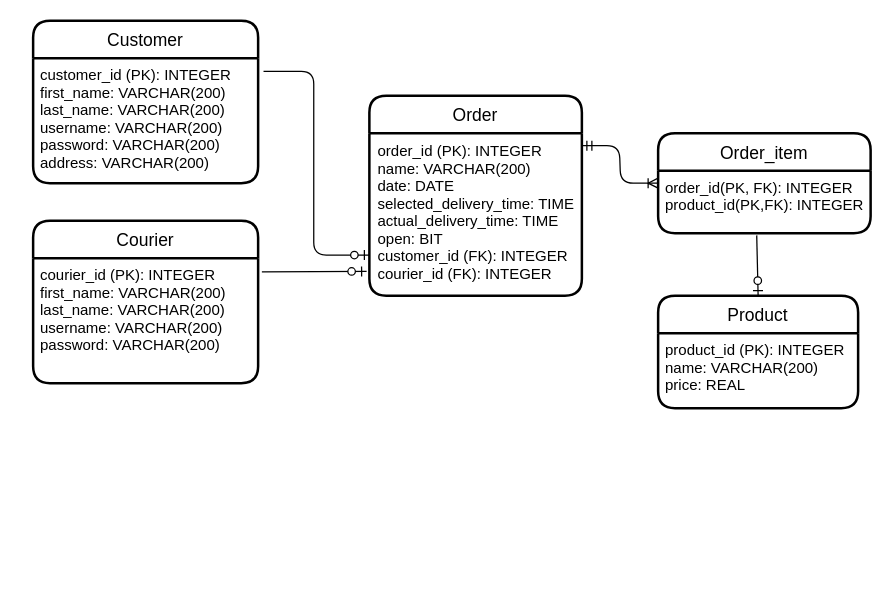
Before: doc/erd.drawio in semnijenhuis/TakeAwayMessenger, a draw.io diagram. Source tidied: cells renumbered, new cells numbered last; positions are measured from the earlier drawing's top-left corner, leaving out a move shared by most shapes. Both pictures are drawn from the tidied source at 125%, with x=0, y=0 at pixel (32, 20).
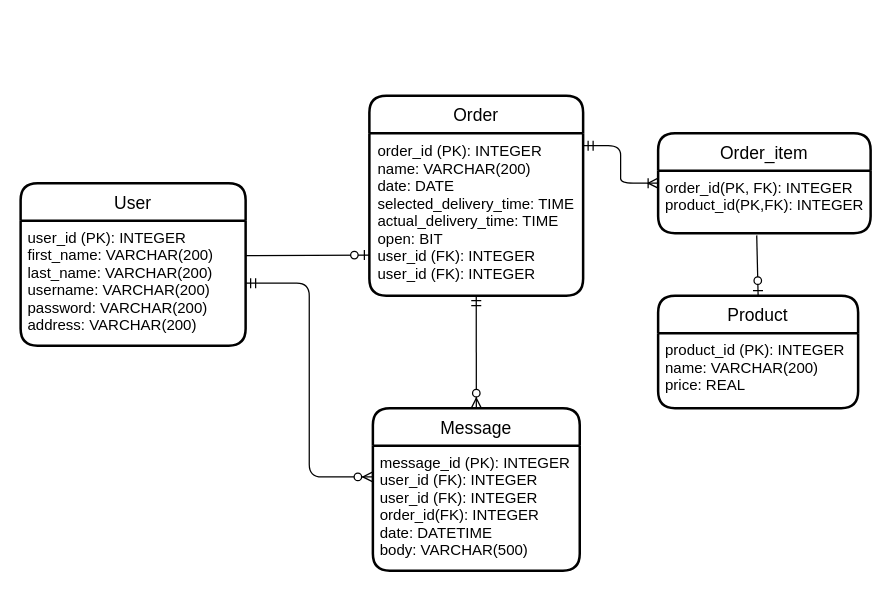
The same diagram, later.

Change to the diagram source:
```diff
@@
 <mxGraphModel>
   <root>
     <mxCell id="0" />
     <mxCell id="1" parent="0" />
     <mxCell id="2" value="Order" style="swimlane;horizontal=1;startSize=30;rounded=1;fontSize=14;fontStyle=0;strokeWidth=2;shadow=0;dashed=0;align=center;" parent="1" vertex="1">
-      <mxGeometry x="269" y="60" width="170" height="160" as="geometry" />
+      <mxGeometry x="269" y="60" width="171" height="160" as="geometry" />
     </mxCell>
-    <mxCell id="3" value="order_id (PK): INTEGER&#10;name: VARCHAR(200)&#10;date: DATE&#10;selected_delivery_time: TIME&#10;actual_delivery_time: TIME&#10;open: BIT&#10;customer_id (FK): INTEGER&#10;courier_id (FK): INTEGER" style="align=left;strokeColor=none;fillColor=none;spacingLeft=4;fontSize=12;verticalAlign=top;spacing=3;" parent="2" vertex="1">
-      <mxGeometry y="30" width="170" height="130" as="geometry" />
+    <mxCell id="3" value="order_id (PK): INTEGER&#10;name: VARCHAR(200)&#10;date: DATE&#10;selected_delivery_time: TIME&#10;actual_delivery_time: TIME&#10;open: BIT&#10;user_id (FK): INTEGER&#10;user_id (FK): INTEGER" style="align=left;strokeColor=none;fillColor=none;spacingLeft=4;fontSize=12;verticalAlign=top;spacing=3;" parent="2" vertex="1">
+      <mxGeometry y="30" width="171" height="130" as="geometry" />
     </mxCell>
     <mxCell id="4" value="Product" style="swimlane;horizontal=1;startSize=30;rounded=1;fontSize=14;fontStyle=0;strokeWidth=2;shadow=0;dashed=0;align=center;" parent="1" vertex="1">
       <mxGeometry x="500" y="220" width="160" height="90" as="geometry" />
     </mxCell>
     <mxCell id="5" value="product_id (PK): INTEGER&#10;name: VARCHAR(200)&#10;price: REAL&#10;" style="align=left;strokeColor=none;fillColor=none;spacingLeft=4;fontSize=12;verticalAlign=top;" parent="4" vertex="1">
       <mxGeometry y="30" width="160" height="60" as="geometry" />
     </mxCell>
     <mxCell id="6" value="Order_item" style="swimlane;horizontal=1;startSize=30;rounded=1;fontSize=14;fontStyle=0;strokeWidth=2;shadow=0;dashed=0;align=center;" parent="1" vertex="1">
       <mxGeometry x="500" y="90" width="170" height="80" as="geometry" />
     </mxCell>
     <mxCell id="7" value="order_id(PK, FK): INTEGER&#10;product_id(PK,FK): INTEGER" style="align=left;strokeColor=none;fillColor=none;spacingLeft=4;fontSize=12;verticalAlign=top;" parent="6" vertex="1">
       <mxGeometry y="30" width="170" height="50" as="geometry" />
     </mxCell>
-    <mxCell id="8" style="edgeStyle=orthogonalEdgeStyle;fontSize=12;html=1;endArrow=ERzeroToOne;endFill=1;exitX=1.024;exitY=0.106;exitDx=0;exitDy=0;exitPerimeter=0;entryX=0;entryY=0.75;entryDx=0;entryDy=0;" parent="1" edge="1" source="13" target="3">
-      <mxGeometry relative="1" as="geometry" />
+    <mxCell id="8" style="fontSize=12;html=1;endArrow=ERzeroToOne;endFill=1;entryX=0;entryY=0.75;entryDx=0;entryDy=0;" parent="1" edge="1" target="3">
+      <mxGeometry relative="1" as="geometry">
+        <mxPoint x="170" y="188" as="sourcePoint" />
+      </mxGeometry>
     </mxCell>
-    <mxCell id="9" style="fontSize=12;html=1;endArrow=ERzeroToOne;endFill=1;entryX=-0.013;entryY=0.851;entryDx=0;entryDy=0;entryPerimeter=0;" parent="1" edge="1" target="3">
-      <mxGeometry relative="1" as="geometry">
-        <mxPoint x="183" y="201" as="sourcePoint" />
-      </mxGeometry>
-    </mxCell>
-    <mxCell id="10" value="Courier" style="swimlane;horizontal=1;startSize=30;rounded=1;fontSize=14;fontStyle=0;strokeWidth=2;shadow=0;dashed=0;align=center;" parent="1" vertex="1">
-      <mxGeometry y="160" width="180" height="130" as="geometry" />
-    </mxCell>
-    <mxCell id="11" value="courier_id (PK): INTEGER&#10;first_name: VARCHAR(200)&#10;last_name: VARCHAR(200)&#10;username: VARCHAR(200)&#10;password: VARCHAR(200)&#10;" style="align=left;strokeColor=none;fillColor=none;spacingLeft=4;fontSize=12;verticalAlign=top;" parent="10" vertex="1">
-      <mxGeometry y="30" width="180" height="100" as="geometry" />
-    </mxCell>
+    <mxCell id="14" style="edgeStyle=entityRelationEdgeStyle;fontSize=12;html=1;endArrow=ERoneToMany;startArrow=ERmandOne;exitX=1;exitY=0.077;exitDx=0;exitDy=0;entryX=0;entryY=0.5;entryDx=0;entryDy=0;exitPerimeter=0;" parent="1" edge="1" source="3" target="6">
+      <mxGeometry relative="1" as="geometry" />
+    </mxCell>
+    <mxCell id="15" style="fontSize=12;html=1;endArrow=ERzeroToOne;endFill=1;exitX=0.464;exitY=1.036;exitDx=0;exitDy=0;exitPerimeter=0;entryX=0.5;entryY=0;entryDx=0;entryDy=0;" parent="1" edge="1" source="7" target="4">
+      <mxGeometry relative="1" as="geometry" />
+    </mxCell>
-    <mxCell id="12" value="Customer" style="swimlane;horizontal=1;startSize=30;rounded=1;fontSize=14;fontStyle=0;strokeWidth=2;shadow=0;dashed=0;align=center;" parent="1" vertex="1">
-      <mxGeometry width="180" height="130" as="geometry" />
+    <mxCell id="12" value="User" style="swimlane;horizontal=1;startSize=30;rounded=1;fontSize=14;fontStyle=0;strokeWidth=2;shadow=0;dashed=0;align=center;" parent="1" vertex="1">
+      <mxGeometry x="-10" y="130" width="180" height="130" as="geometry" />
     </mxCell>
-    <mxCell id="13" value="customer_id (PK): INTEGER&#10;first_name: VARCHAR(200)&#10;last_name: VARCHAR(200)&#10;username: VARCHAR(200)&#10;password: VARCHAR(200)&#10;address: VARCHAR(200)" style="align=left;strokeColor=none;fillColor=none;spacingLeft=4;fontSize=12;verticalAlign=top;" parent="12" vertex="1">
+    <mxCell id="13" value="user_id (PK): INTEGER&#10;first_name: VARCHAR(200)&#10;last_name: VARCHAR(200)&#10;username: VARCHAR(200)&#10;password: VARCHAR(200)&#10;address: VARCHAR(200)" style="align=left;strokeColor=none;fillColor=none;spacingLeft=4;fontSize=12;verticalAlign=top;" parent="12" vertex="1">
       <mxGeometry y="30" width="180" height="100" as="geometry" />
     </mxCell>
-    <mxCell id="14" style="edgeStyle=entityRelationEdgeStyle;fontSize=12;html=1;endArrow=ERoneToMany;startArrow=ERmandOne;exitX=1;exitY=0.077;exitDx=0;exitDy=0;entryX=0;entryY=0.5;entryDx=0;entryDy=0;exitPerimeter=0;" parent="1" edge="1" source="3" target="6">
-      <mxGeometry relative="1" as="geometry" />
-    </mxCell>
-    <mxCell id="15" style="fontSize=12;html=1;endArrow=ERzeroToOne;endFill=1;exitX=0.464;exitY=1.036;exitDx=0;exitDy=0;exitPerimeter=0;entryX=0.5;entryY=0;entryDx=0;entryDy=0;" parent="1" edge="1" source="7" target="4">
-      <mxGeometry relative="1" as="geometry" />
-    </mxCell>
+    <mxCell id="16" style="edgeStyle=orthogonalEdgeStyle;fontSize=12;html=1;endArrow=ERzeroToMany;startArrow=ERmandOne;exitX=1;exitY=0.5;exitDx=0;exitDy=0;entryX=0;entryY=0.25;entryDx=0;entryDy=0;" parent="1" edge="1" source="13" target="19">
+      <mxGeometry relative="1" as="geometry" />
+    </mxCell>
+    <mxCell id="17" style="fontSize=12;html=1;endArrow=ERzeroToMany;startArrow=ERmandOne;exitX=0.5;exitY=1;exitDx=0;exitDy=0;entryX=0.5;entryY=0;entryDx=0;entryDy=0;" parent="1" edge="1" source="3" target="18">
+      <mxGeometry relative="1" as="geometry" />
+    </mxCell>
+    <mxCell id="18" value="Message" style="swimlane;horizontal=1;startSize=30;rounded=1;fontSize=14;fontStyle=0;strokeWidth=2;shadow=0;dashed=0;align=center;" parent="1" vertex="1">
+      <mxGeometry x="271.8" y="310" width="165.5" height="130" as="geometry" />
+    </mxCell>
+    <mxCell id="19" value="message_id (PK): INTEGER&#10;user_id (FK): INTEGER&#10;user_id (FK): INTEGER&#10;order_id(FK): INTEGER&#10;date: DATETIME&#10;body: VARCHAR(500)" style="align=left;strokeColor=none;fillColor=none;spacingLeft=4;fontSize=12;verticalAlign=top;" parent="18" vertex="1">
+      <mxGeometry y="30" width="165.5" height="100" as="geometry" />
+    </mxCell>
   </root>
 </mxGraphModel>
```
